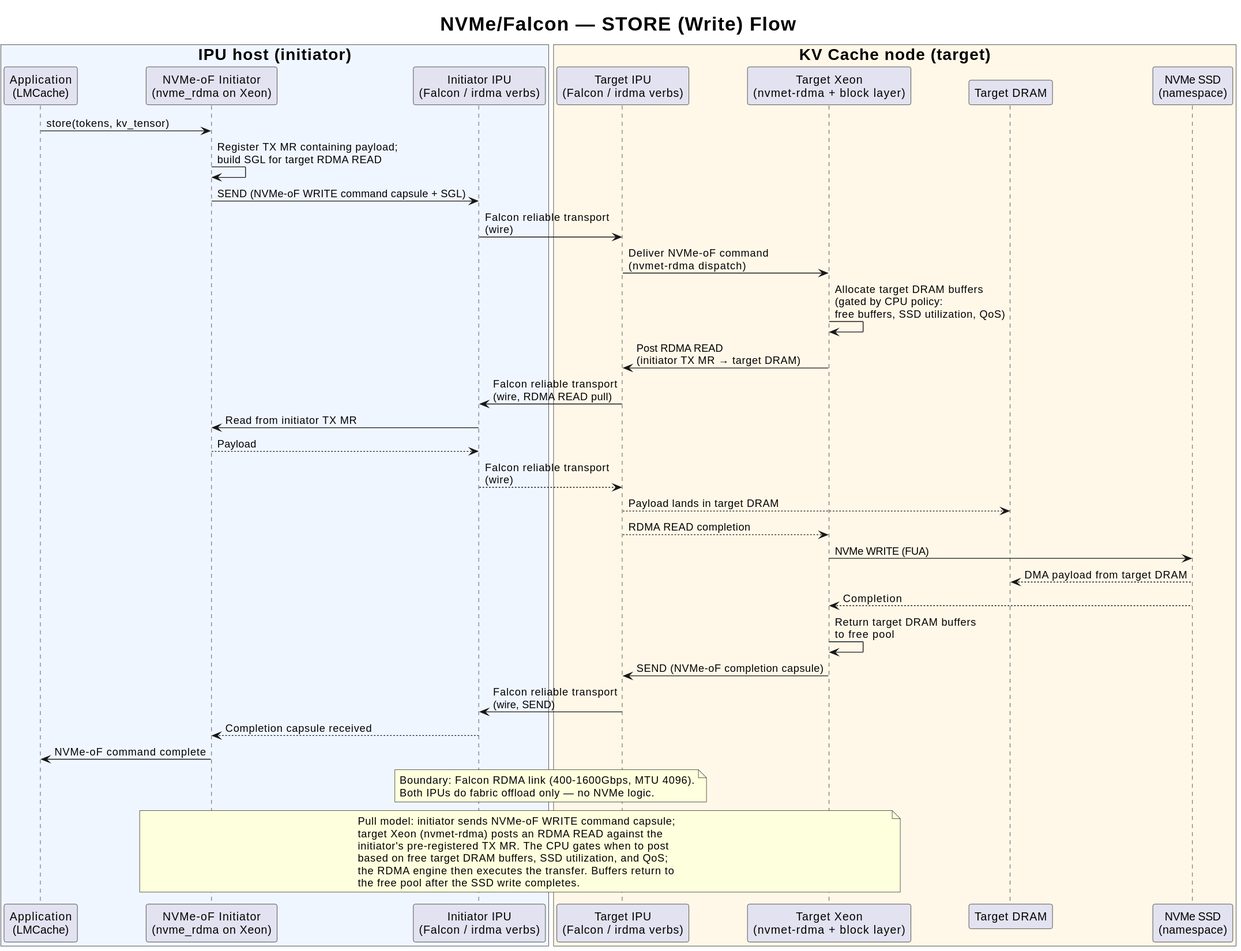
Above: docs/design/v1/platform/ipu-poc/diagrams/architecture-a-nvmeof-falcon-store-flow.svg in tsg-/LMCache (PlantUML), before the change.
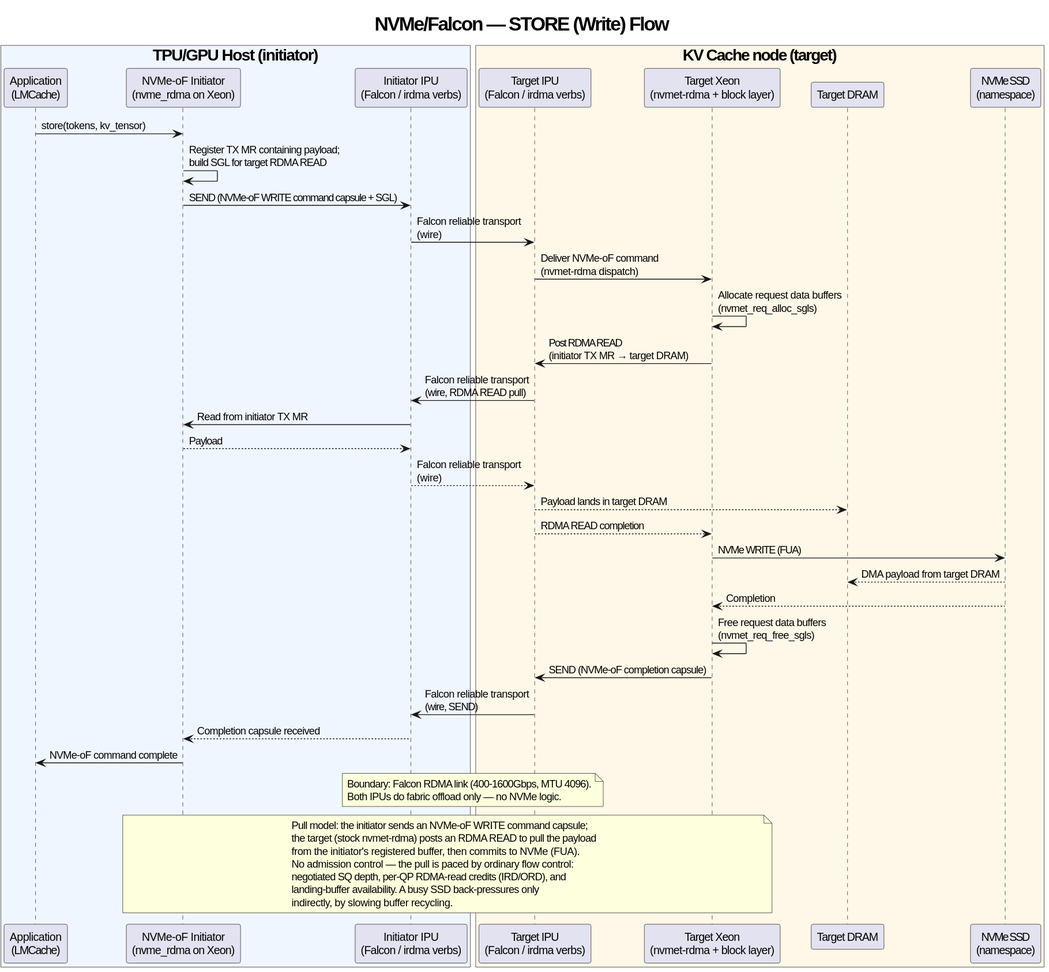
Later version of the same file.

Commit message:
docs: correct initiator label and pull-model note in flow diagrams

What changed in the source:
```diff
@@ -1,8 +1,9 @@
 @startuml
+skinparam defaultFontName Carlito
 skinparam TitleFontSize 24
 title NVMe/Falcon — STORE (Write) Flow
 
-box "<size:20><b>IPU host (initiator)</b></size>" #F0F6FF
+box "<size:20><b>TPU/GPU Host (initiator)</b></size>" #F0F6FF
 participant "Application\n(LMCache)" as APP
 participant "NVMe-oF Initiator\n(nvme_rdma on Xeon)" as INIT
 participant "Initiator IPU\n(Falcon / irdma verbs)" as IFAL
@@ -21,7 +22,7 @@
 IFAL -> TFAL: Falcon reliable transport\n(wire)
 TFAL -> CPU: Deliver NVMe-oF command\n(nvmet-rdma dispatch)
 
-CPU -> CPU: Allocate target DRAM buffers\n(gated by CPU policy:\nfree buffers, SSD utilization, QoS)
+CPU -> CPU: Allocate request data buffers\n(nvmet_req_alloc_sgls)
 CPU -> TFAL: Post RDMA READ\n(initiator TX MR → target DRAM)
 TFAL -> IFAL: Falcon reliable transport\n(wire, RDMA READ pull)
 IFAL -> INIT: Read from initiator TX MR
@@ -33,7 +34,7 @@
 CPU -> SSD: NVMe WRITE (FUA)
 SSD --> TDDR: DMA payload from target DRAM
 SSD --> CPU: Completion
-CPU -> CPU: Return target DRAM buffers\nto free pool
+CPU -> CPU: Free request data buffers\n(nvmet_req_free_sgls)
 
 CPU -> TFAL: SEND (NVMe-oF completion capsule)
 TFAL -> IFAL: Falcon reliable transport\n(wire, SEND)
@@ -47,11 +48,12 @@
 end note
 
 note over CPU, INIT
-  Pull model: initiator sends NVMe-oF WRITE command capsule;
-  target Xeon (nvmet-rdma) posts an RDMA READ against the
-  initiator's pre-registered TX MR. The CPU gates when to post
-  based on free target DRAM buffers, SSD utilization, and QoS;
-  the RDMA engine then executes the transfer. Buffers return to
-  the free pool after the SSD write completes.
+  Pull model: the initiator sends an NVMe-oF WRITE command capsule;
+  the target (stock nvmet-rdma) posts an RDMA READ to pull the payload
+  from the initiator's registered buffer, then commits to NVMe (FUA).
+  No admission control — the pull is paced by ordinary flow control:
+  negotiated SQ depth, per-QP RDMA-read credits (IRD/ORD), and
+  landing-buffer availability. A busy SSD back-pressures only
+  indirectly, by slowing buffer recycling.
 end note
 @enduml
```
